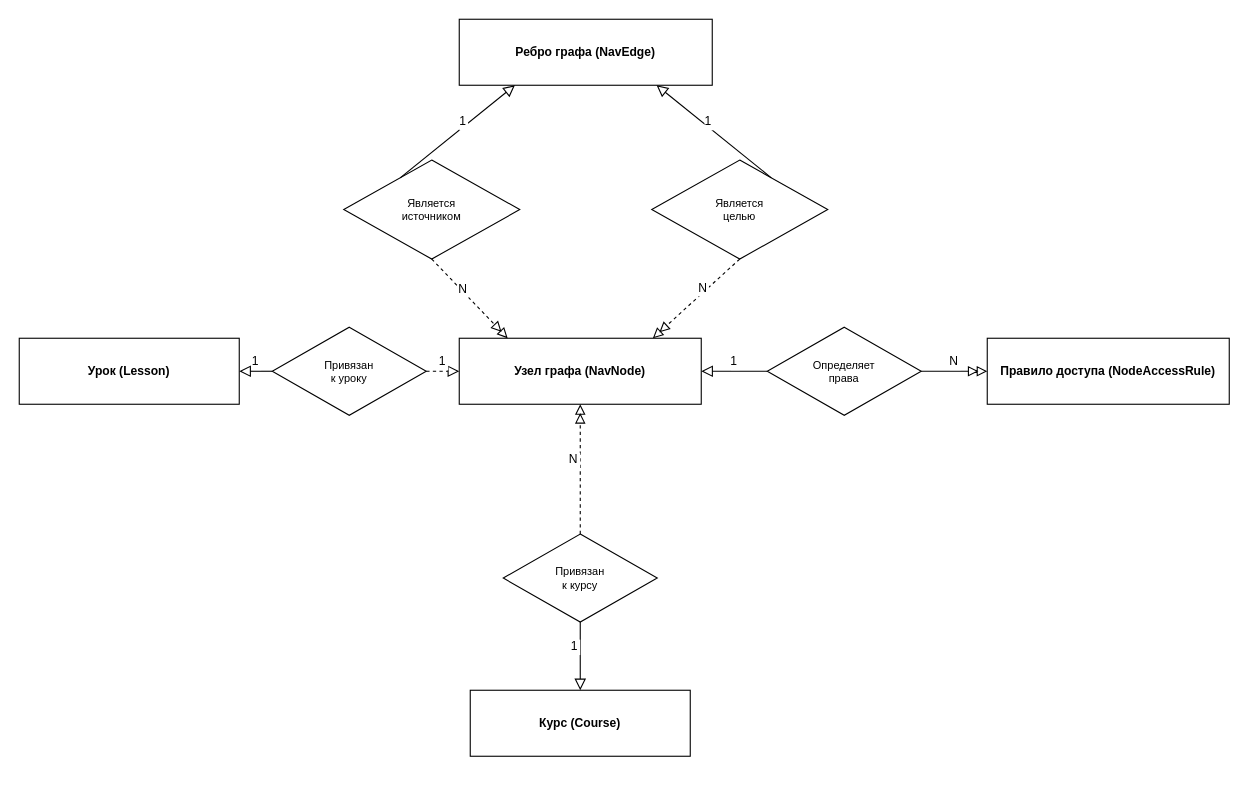
Earlier version of the draw.io diagram er_nav_graph_chen.drawio (LINERs1/VKR). Source tidied: cells renumbered, new cells numbered last; positions are measured from the earlier drawing's top-left corner, leaving out a move shared by most shapes. Both pictures are drawn from the tidied source at 110%, with x=0, y=0 at pixel (19, 19).
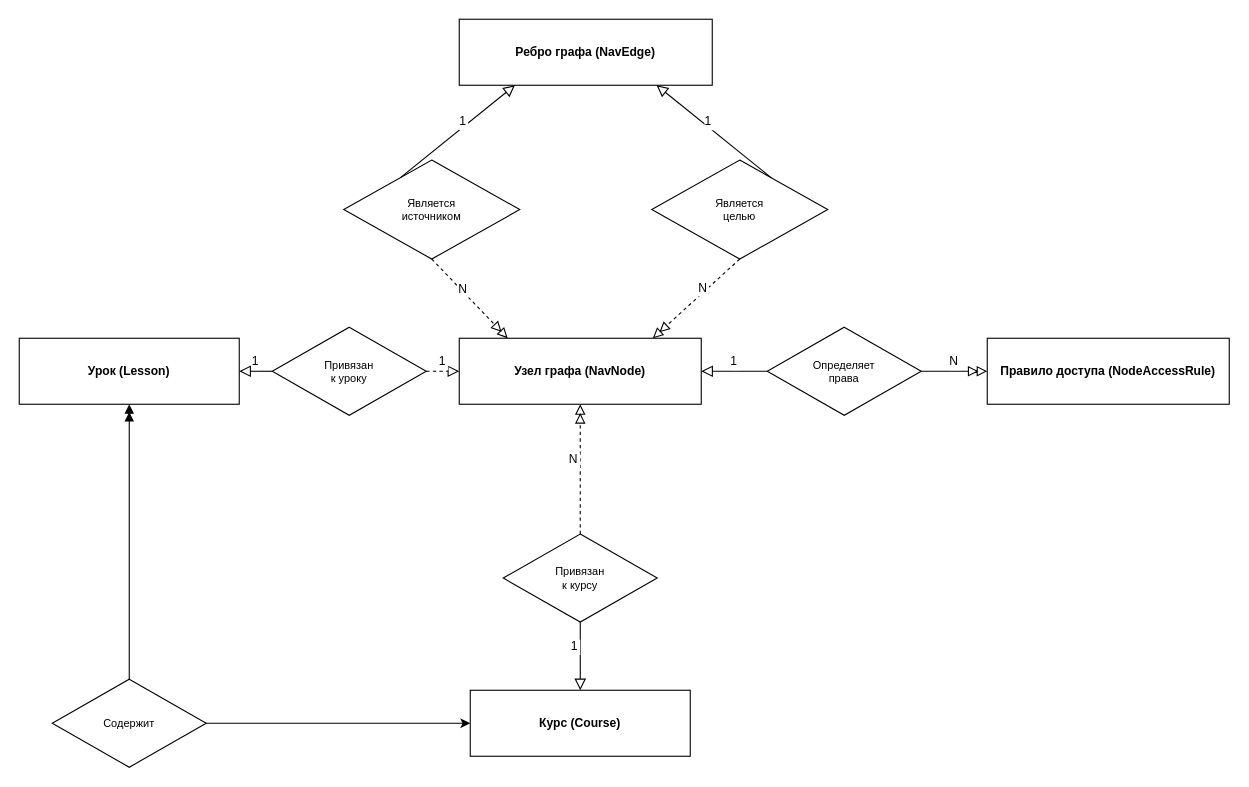
After the change.

The change refers to these unchanged cells:
```xml
<mxCell id="5" value="Курс (Course)" style="rounded=0;whiteSpace=wrap;html=1;fillColor=#ffffff;strokeColor=#000000;fontStyle=1;fontSize=11;" parent="1" vertex="1">
  <mxGeometry x="410" y="610" width="200" height="60" as="geometry" />
</mxCell>
<mxCell id="6" value="Урок (Lesson)" style="rounded=0;whiteSpace=wrap;html=1;fillColor=#ffffff;strokeColor=#000000;fontStyle=1;fontSize=11;" parent="1" vertex="1">
  <mxGeometry y="290" width="200" height="60" as="geometry" />
</mxCell>
```

The edit, as a diff of the source:
```diff
@@
+    <mxCell id="22" style="edgeStyle=orthogonalEdgeStyle;rounded=0;jettySize=auto;html=1;exitX=1;exitY=0.5;exitDx=0;exitDy=0;entryX=0;entryY=0.5;entryDx=0;entryDy=0;" parent="1" edge="1" source="24" target="5">
+      <mxGeometry relative="1" as="geometry" />
+    </mxCell>
+    <mxCell id="23" style="edgeStyle=orthogonalEdgeStyle;rounded=0;jettySize=auto;html=1;entryX=0.5;entryY=1;entryDx=0;entryDy=0;endArrow=doubleBlock;endFill=1;" parent="1" edge="1" source="24" target="6">
+      <mxGeometry relative="1" as="geometry" />
+    </mxCell>
+    <mxCell id="24" value="Содержит" style="rhombus;whiteSpace=wrap;html=1;fillColor=#ffffff;strokeColor=#000000;fontSize=10;verticalAlign=middle;" parent="1" vertex="1">
+      <mxGeometry x="30" y="600" width="140" height="80" as="geometry" />
+    </mxCell>
```
